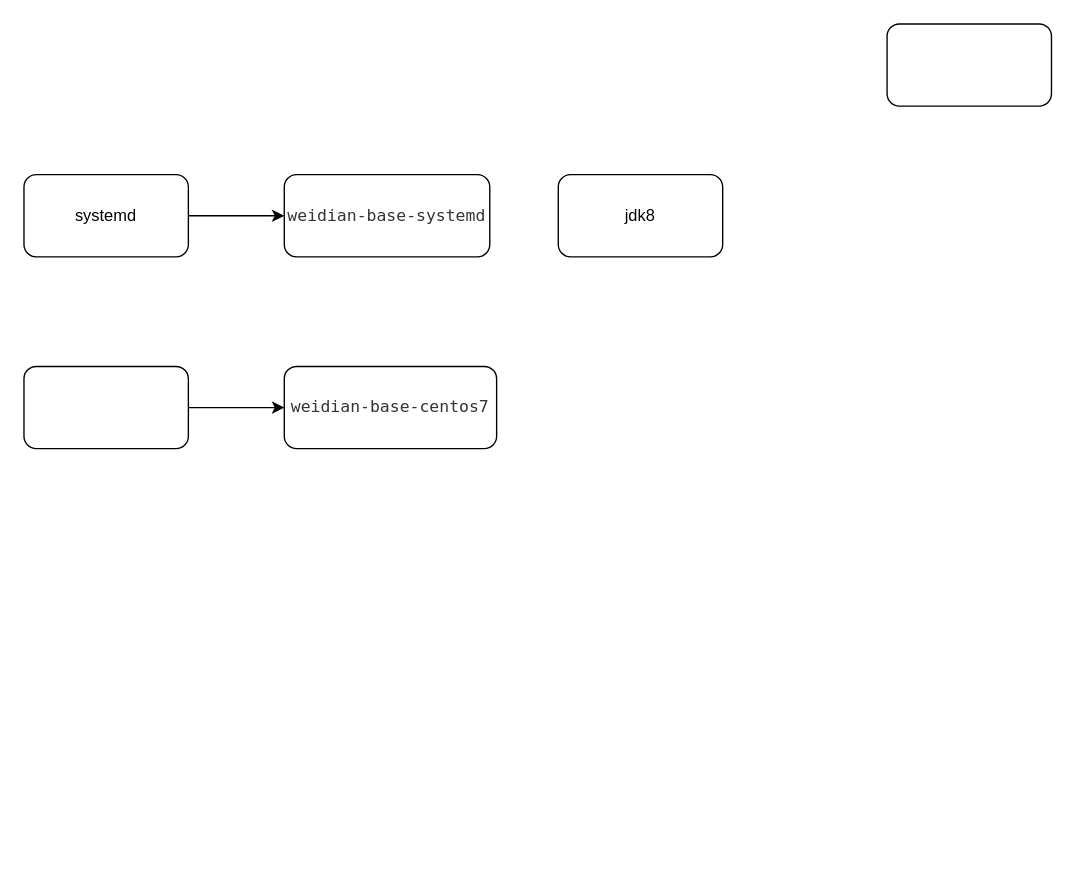
This is images.drawio from wupei-w/diagrams, a draw.io file, before an edit. Source tidied: cells renumbered, new cells numbered last; positions are measured from the earlier drawing's top-left corner, leaving out a move shared by most shapes. Both pictures are drawn from the tidied source at 137%, with x=0, y=0 at pixel (23, 23).
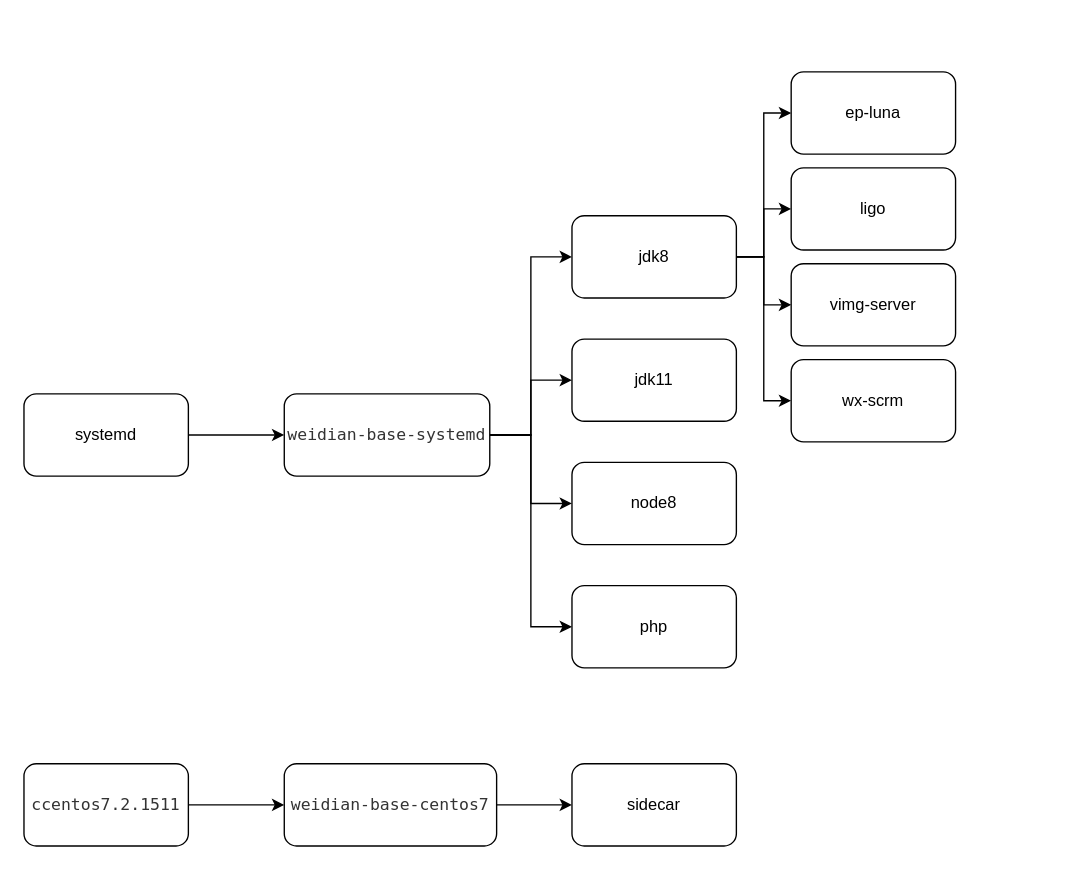
Above is the later version.

The edit, as a diff of the source:
```diff
@@
     <mxCell id="3" value="systemd" style="rounded=1;whiteSpace=wrap;html=1;" parent="1" vertex="1">
-      <mxGeometry y="110" width="120" height="60" as="geometry" />
+      <mxGeometry y="270" width="120" height="60" as="geometry" />
     </mxCell>
@@
-    <mxCell id="5" style="rounded=1;whiteSpace=wrap;html=1;" parent="1" vertex="1">
-      <mxGeometry y="250" width="120" height="60" as="geometry" />
+    <mxCell id="5" value="&lt;span style=&quot;color: rgb(51 , 51 , 51) ; font-family: &amp;#34;menlo&amp;#34; , &amp;#34;liberation mono&amp;#34; , &amp;#34;consolas&amp;#34; , &amp;#34;dejavu sans mono&amp;#34; , &amp;#34;ubuntu mono&amp;#34; , &amp;#34;courier new&amp;#34; , &amp;#34;andale mono&amp;#34; , &amp;#34;lucida console&amp;#34; , monospace ; background-color: rgb(255 , 255 , 255)&quot;&gt;ccentos7.2.1511&lt;/span&gt;" style="rounded=1;whiteSpace=wrap;html=1;" parent="1" vertex="1">
+      <mxGeometry y="540" width="120" height="60" as="geometry" />
     </mxCell>
+    <mxCell id="10" style="edgeStyle=orthogonalEdgeStyle;rounded=0;jettySize=auto;html=1;entryX=0;entryY=0.5;entryDx=0;entryDy=0;" parent="1" edge="1" source="6" target="20">
+      <mxGeometry relative="1" as="geometry" />
+    </mxCell>
+    <mxCell id="11" style="edgeStyle=orthogonalEdgeStyle;rounded=0;jettySize=auto;html=1;entryX=0;entryY=0.5;entryDx=0;entryDy=0;" parent="1" edge="1" source="6" target="21">
+      <mxGeometry relative="1" as="geometry" />
+    </mxCell>
+    <mxCell id="12" style="edgeStyle=orthogonalEdgeStyle;rounded=0;jettySize=auto;html=1;entryX=0;entryY=0.5;entryDx=0;entryDy=0;" parent="1" edge="1" source="6" target="7">
+      <mxGeometry relative="1" as="geometry" />
+    </mxCell>
+    <mxCell id="13" style="edgeStyle=orthogonalEdgeStyle;rounded=0;jettySize=auto;html=1;entryX=0;entryY=0.5;entryDx=0;entryDy=0;" parent="1" edge="1" source="6" target="22">
+      <mxGeometry relative="1" as="geometry" />
+    </mxCell>
     <mxCell id="6" value="&lt;span style=&quot;color: rgb(51 , 51 , 51) ; font-family: &amp;#34;menlo&amp;#34; , &amp;#34;liberation mono&amp;#34; , &amp;#34;consolas&amp;#34; , &amp;#34;dejavu sans mono&amp;#34; , &amp;#34;ubuntu mono&amp;#34; , &amp;#34;courier new&amp;#34; , &amp;#34;andale mono&amp;#34; , &amp;#34;lucida console&amp;#34; , monospace ; background-color: rgb(255 , 255 , 255)&quot;&gt;weidian-base-systemd&lt;/span&gt;" style="rounded=1;whiteSpace=wrap;html=1;" parent="1" vertex="1">
-      <mxGeometry x="190" y="110" width="150" height="60" as="geometry" />
+      <mxGeometry x="190" y="270" width="150" height="60" as="geometry" />
     </mxCell>
+    <mxCell id="14" style="edgeStyle=orthogonalEdgeStyle;rounded=0;jettySize=auto;html=1;entryX=0;entryY=0.5;entryDx=0;entryDy=0;" parent="1" edge="1" source="7" target="23">
+      <mxGeometry relative="1" as="geometry" />
+    </mxCell>
+    <mxCell id="15" style="edgeStyle=orthogonalEdgeStyle;rounded=0;jettySize=auto;html=1;entryX=0;entryY=0.5;entryDx=0;entryDy=0;" parent="1" edge="1" source="7" target="24">
+      <mxGeometry relative="1" as="geometry" />
+    </mxCell>
+    <mxCell id="16" style="edgeStyle=orthogonalEdgeStyle;rounded=0;jettySize=auto;html=1;entryX=0;entryY=0.5;entryDx=0;entryDy=0;" parent="1" edge="1" source="7" target="25">
+      <mxGeometry relative="1" as="geometry" />
+    </mxCell>
+    <mxCell id="17" style="edgeStyle=orthogonalEdgeStyle;rounded=0;jettySize=auto;html=1;entryX=0;entryY=0.5;entryDx=0;entryDy=0;" parent="1" edge="1" source="7" target="8">
+      <mxGeometry relative="1" as="geometry" />
+    </mxCell>
     <mxCell id="7" value="jdk8" style="rounded=1;whiteSpace=wrap;html=1;" parent="1" vertex="1">
-      <mxGeometry x="390" y="110" width="120" height="60" as="geometry" />
+      <mxGeometry x="400" y="140" width="120" height="60" as="geometry" />
     </mxCell>
-    <mxCell id="8" style="rounded=1;whiteSpace=wrap;html=1;" parent="1" vertex="1">
-      <mxGeometry x="630" width="120" height="60" as="geometry" />
+    <mxCell id="8" value="ep-luna" style="rounded=1;whiteSpace=wrap;html=1;" parent="1" vertex="1">
+      <mxGeometry x="560" y="35" width="120" height="60" as="geometry" />
     </mxCell>
+    <mxCell id="18" style="edgeStyle=orthogonalEdgeStyle;rounded=0;jettySize=auto;html=1;" parent="1" edge="1" source="9" target="19">
+      <mxGeometry relative="1" as="geometry" />
+    </mxCell>
     <mxCell id="9" value="&lt;span style=&quot;color: rgb(51 , 51 , 51) ; font-family: &amp;#34;menlo&amp;#34; , &amp;#34;liberation mono&amp;#34; , &amp;#34;consolas&amp;#34; , &amp;#34;dejavu sans mono&amp;#34; , &amp;#34;ubuntu mono&amp;#34; , &amp;#34;courier new&amp;#34; , &amp;#34;andale mono&amp;#34; , &amp;#34;lucida console&amp;#34; , monospace ; background-color: rgb(255 , 255 , 255)&quot;&gt;weidian-base-centos7 &lt;/span&gt;" style="rounded=1;whiteSpace=wrap;html=1;" parent="1" vertex="1">
-      <mxGeometry x="190" y="250" width="155" height="60" as="geometry" />
+      <mxGeometry x="190" y="540" width="155" height="60" as="geometry" />
     </mxCell>
+    <mxCell id="19" value="sidecar" style="rounded=1;whiteSpace=wrap;html=1;" parent="1" vertex="1">
+      <mxGeometry x="400" y="540" width="120" height="60" as="geometry" />
+    </mxCell>
+    <mxCell id="20" value="jdk11" style="rounded=1;whiteSpace=wrap;html=1;" parent="1" vertex="1">
+      <mxGeometry x="400" y="230" width="120" height="60" as="geometry" />
+    </mxCell>
+    <mxCell id="21" value="node8" style="rounded=1;whiteSpace=wrap;html=1;" parent="1" vertex="1">
+      <mxGeometry x="400" y="320" width="120" height="60" as="geometry" />
+    </mxCell>
+    <mxCell id="22" value="php" style="rounded=1;whiteSpace=wrap;html=1;" parent="1" vertex="1">
+      <mxGeometry x="400" y="410" width="120" height="60" as="geometry" />
+    </mxCell>
+    <mxCell id="23" value="ligo" style="rounded=1;whiteSpace=wrap;html=1;" parent="1" vertex="1">
+      <mxGeometry x="560" y="105" width="120" height="60" as="geometry" />
+    </mxCell>
+    <mxCell id="24" value="vimg-server" style="rounded=1;whiteSpace=wrap;html=1;" parent="1" vertex="1">
+      <mxGeometry x="560" y="175" width="120" height="60" as="geometry" />
+    </mxCell>
+    <mxCell id="25" value="wx-scrm" style="rounded=1;whiteSpace=wrap;html=1;" parent="1" vertex="1">
+      <mxGeometry x="560" y="245" width="120" height="60" as="geometry" />
+    </mxCell>
```
